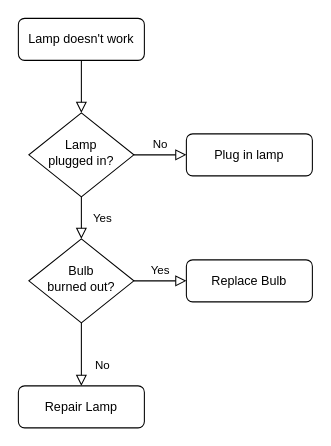
maeivs/-inspection keeps this draw.io diagram as 제목 없는 다이어그램.drawio. Above is the earlier version. Source tidied: cells renumbered, new cells numbered last; positions are measured from the earlier drawing's top-left corner, leaving out a move shared by most shapes. Both pictures are drawn from the tidied source at 105%, with x=0, y=0 at pixel (18, 18).
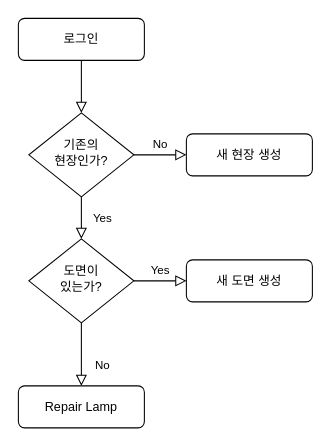
The same page after the edit.

Commit message:
제목 없는 다이어그램.drawio 업데이트

Diff of the diagram source:
```diff
@@
 <mxGraphModel>
   <root>
     <mxCell id="0" />
     <mxCell id="1" parent="0" />
     <mxCell id="2" style="rounded=0;html=1;jettySize=auto;fontSize=11;endArrow=block;endFill=0;endSize=8;strokeWidth=1;shadow=0;labelBackgroundColor=none;edgeStyle=orthogonalEdgeStyle;" parent="1" edge="1" source="3" target="6">
       <mxGeometry relative="1" as="geometry" />
     </mxCell>
-    <mxCell id="3" value="Lamp doesn't work" style="rounded=1;whiteSpace=wrap;html=1;fontSize=12;glass=0;strokeWidth=1;shadow=0;" parent="1" vertex="1">
+    <mxCell id="3" value="로그인" style="rounded=1;whiteSpace=wrap;html=1;fontSize=12;glass=0;strokeWidth=1;shadow=0;" parent="1" vertex="1">
       <mxGeometry width="120" height="40" as="geometry" />
     </mxCell>
     <mxCell id="4" value="Yes" style="rounded=0;html=1;jettySize=auto;fontSize=11;endArrow=block;endFill=0;endSize=8;strokeWidth=1;shadow=0;labelBackgroundColor=none;edgeStyle=orthogonalEdgeStyle;" parent="1" edge="1" source="6" target="10">
       <mxGeometry y="20" relative="1" as="geometry" />
     </mxCell>
     <mxCell id="5" value="No" style="edgeStyle=orthogonalEdgeStyle;rounded=0;html=1;jettySize=auto;fontSize=11;endArrow=block;endFill=0;endSize=8;strokeWidth=1;shadow=0;labelBackgroundColor=none;" parent="1" edge="1" source="6" target="7">
       <mxGeometry y="10" relative="1" as="geometry" />
     </mxCell>
-    <mxCell id="6" value="Lamp&lt;br&gt;plugged in?" style="rhombus;whiteSpace=wrap;html=1;shadow=0;fontFamily=Helvetica;fontSize=12;align=center;strokeWidth=1;spacing=6;spacingTop=-4;" parent="1" vertex="1">
+    <mxCell id="6" value="기존의&lt;div&gt;현장인가?&lt;/div&gt;" style="rhombus;whiteSpace=wrap;html=1;shadow=0;fontFamily=Helvetica;fontSize=12;align=center;strokeWidth=1;spacing=6;spacingTop=-4;" parent="1" vertex="1">
       <mxGeometry x="10" y="90" width="100" height="80" as="geometry" />
     </mxCell>
-    <mxCell id="7" value="Plug in lamp" style="rounded=1;whiteSpace=wrap;html=1;fontSize=12;glass=0;strokeWidth=1;shadow=0;" parent="1" vertex="1">
+    <mxCell id="7" value="새 현장 생성" style="rounded=1;whiteSpace=wrap;html=1;fontSize=12;glass=0;strokeWidth=1;shadow=0;" parent="1" vertex="1">
       <mxGeometry x="160" y="110" width="120" height="40" as="geometry" />
     </mxCell>
     <mxCell id="8" value="No" style="rounded=0;html=1;jettySize=auto;fontSize=11;endArrow=block;endFill=0;endSize=8;strokeWidth=1;shadow=0;labelBackgroundColor=none;edgeStyle=orthogonalEdgeStyle;" parent="1" edge="1" source="10" target="11">
       <mxGeometry x="0.33" y="20" relative="1" as="geometry" />
     </mxCell>
     <mxCell id="9" value="Yes" style="edgeStyle=orthogonalEdgeStyle;rounded=0;html=1;jettySize=auto;fontSize=11;endArrow=block;endFill=0;endSize=8;strokeWidth=1;shadow=0;labelBackgroundColor=none;" parent="1" edge="1" source="10" target="12">
       <mxGeometry y="10" relative="1" as="geometry" />
     </mxCell>
-    <mxCell id="10" value="Bulb&lt;br&gt;burned out?" style="rhombus;whiteSpace=wrap;html=1;shadow=0;fontFamily=Helvetica;fontSize=12;align=center;strokeWidth=1;spacing=6;spacingTop=-4;" parent="1" vertex="1">
+    <mxCell id="10" value="도면이&lt;div&gt;있는가?&lt;/div&gt;" style="rhombus;whiteSpace=wrap;html=1;shadow=0;fontFamily=Helvetica;fontSize=12;align=center;strokeWidth=1;spacing=6;spacingTop=-4;" parent="1" vertex="1">
       <mxGeometry x="10" y="210" width="100" height="80" as="geometry" />
     </mxCell>
     <mxCell id="11" value="Repair Lamp" style="rounded=1;whiteSpace=wrap;html=1;fontSize=12;glass=0;strokeWidth=1;shadow=0;" parent="1" vertex="1">
       <mxGeometry y="350" width="120" height="40" as="geometry" />
     </mxCell>
-    <mxCell id="12" value="Replace Bulb" style="rounded=1;whiteSpace=wrap;html=1;fontSize=12;glass=0;strokeWidth=1;shadow=0;" parent="1" vertex="1">
+    <mxCell id="12" value="새 도면 생성" style="rounded=1;whiteSpace=wrap;html=1;fontSize=12;glass=0;strokeWidth=1;shadow=0;" parent="1" vertex="1">
       <mxGeometry x="160" y="230" width="120" height="40" as="geometry" />
     </mxCell>
   </root>
 </mxGraphModel>
```
